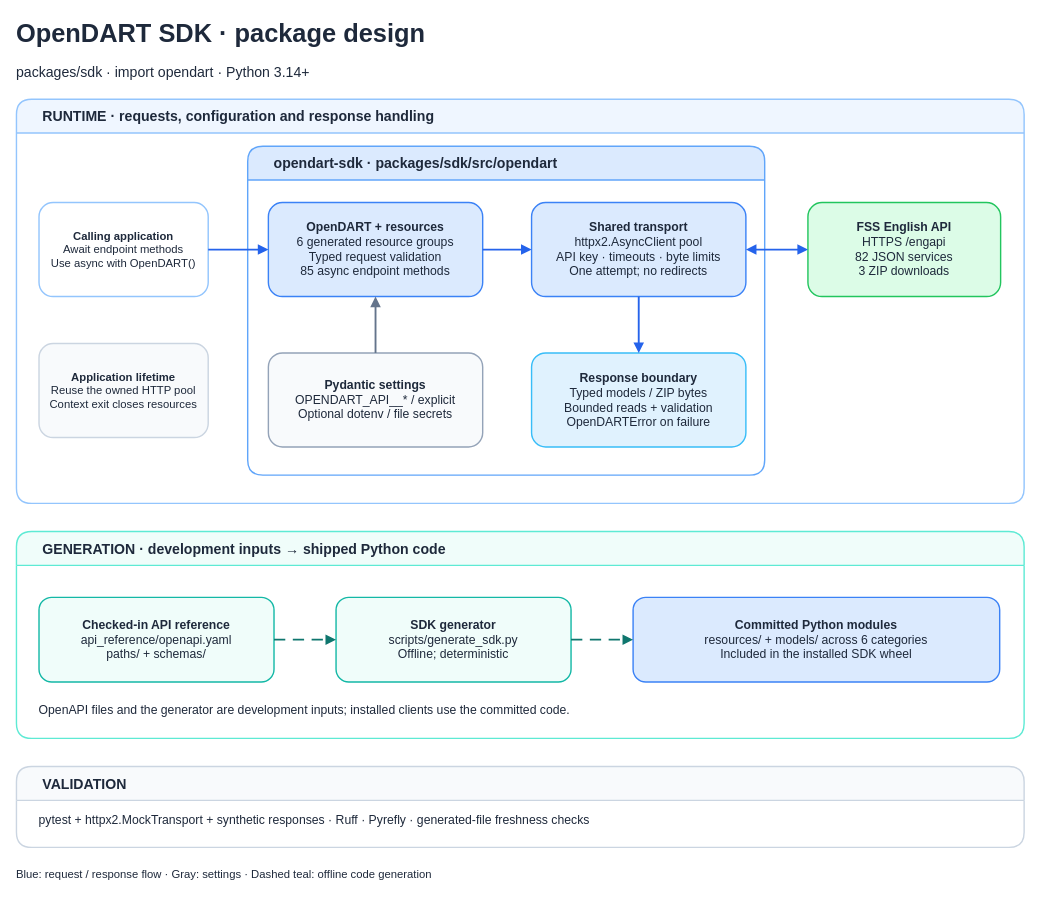
orestxherija/opendart keeps this draw.io diagram as packages/sdk/docs/architecture.drawio. Above is the earlier version. Source tidied: cells renumbered, new cells numbered last; positions are measured from the earlier drawing's top-left corner, leaving out a move shared by most shapes. Both pictures are drawn from the tidied source at 94%, with x=0, y=0 at pixel (16, 16).
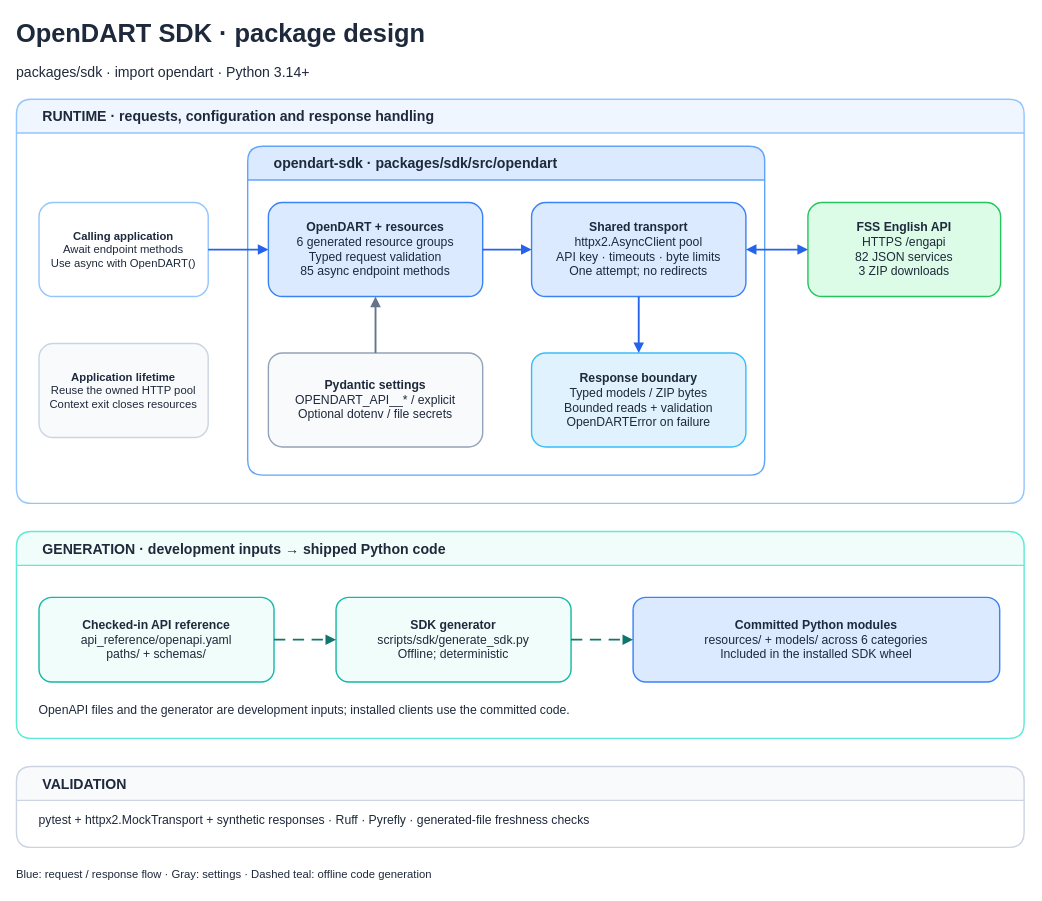
The same page after the edit.

The change refers to these unchanged cells:
```xml
<mxCell id="13" value="GENERATION · development inputs → shipped Python code" style="rounded=1;whiteSpace=wrap;html=1;fontFamily=Arial;fontSize=15;fontColor=#1e293b;strokeWidth=1.5;spacing=12;fillColor=#f0fdfa;strokeColor=#5eead4;shape=swimlane;startSize=36;horizontal=1;align=left;spacingLeft=16;fontStyle=1;swimlaneFillColor=#ffffff;" parent="1" vertex="1">
  <mxGeometry y="548" width="1072" height="220" as="geometry" />
</mxCell>
```

Diff of the diagram source:
```diff
@@
-    <mxCell id="15" value="&lt;b&gt;SDK generator&lt;/b&gt;&lt;br&gt;scripts/generate_sdk.py&lt;br&gt;Offline; deterministic" style="rounded=1;whiteSpace=wrap;html=1;fontFamily=Arial;fontSize=13;fontColor=#1e293b;strokeWidth=1.5;spacing=12;fillColor=#f0fdfa;strokeColor=#14b8a6;" parent="13" vertex="1">
+    <mxCell id="15" value="&lt;b&gt;SDK generator&lt;/b&gt;&lt;br&gt;scripts/sdk/generate_sdk.py&lt;br&gt;Offline; deterministic" style="rounded=1;whiteSpace=wrap;html=1;fontFamily=Arial;fontSize=13;fontColor=#1e293b;strokeWidth=1.5;spacing=12;fillColor=#f0fdfa;strokeColor=#14b8a6;" parent="13" vertex="1">
       <mxGeometry x="340" y="70" width="250" height="90" as="geometry" />
     </mxCell>
```
